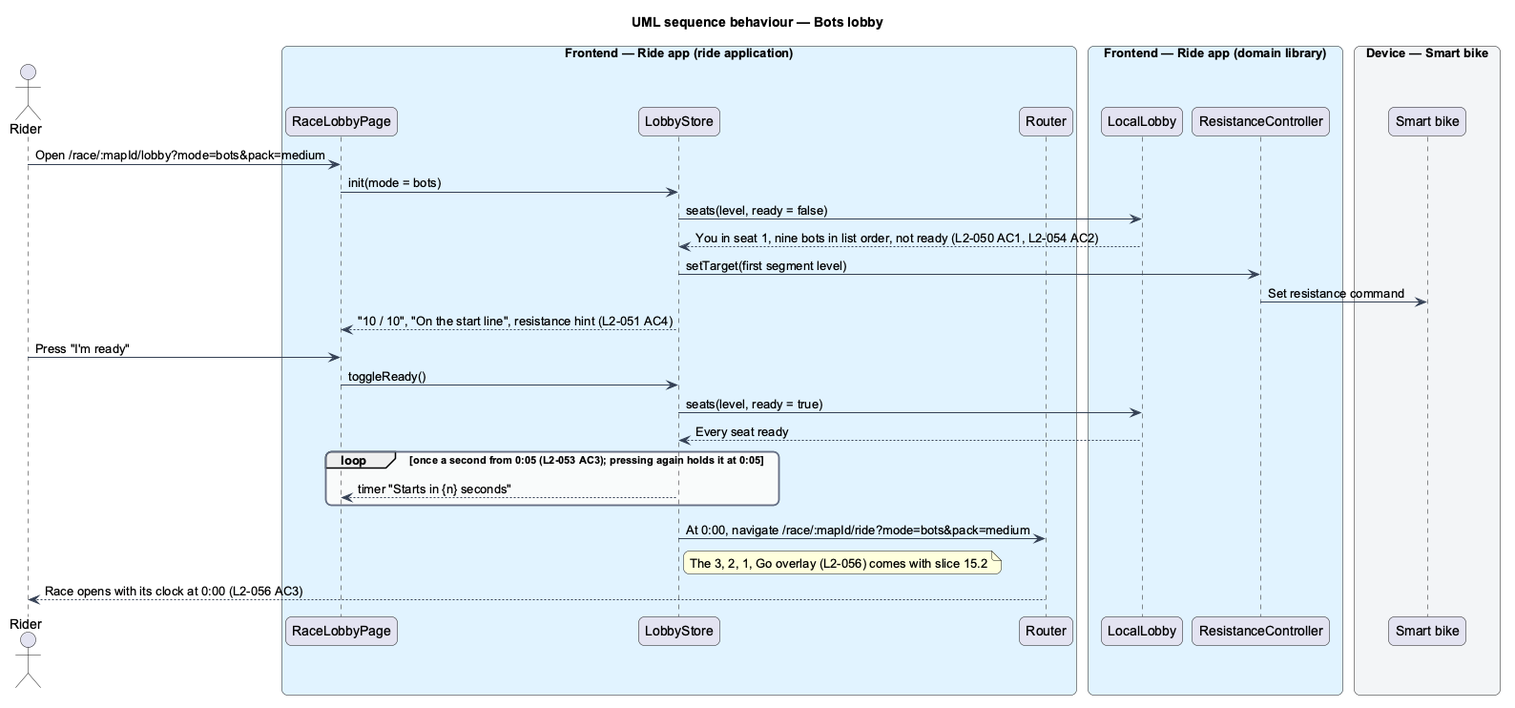
Before: docs/detailed-designs/race/wait-in-the-race-lobby/diagrams/sequence-bots-lobby.png, a diagram exported from PlantUML (QuinntyneBrown/wattzup).
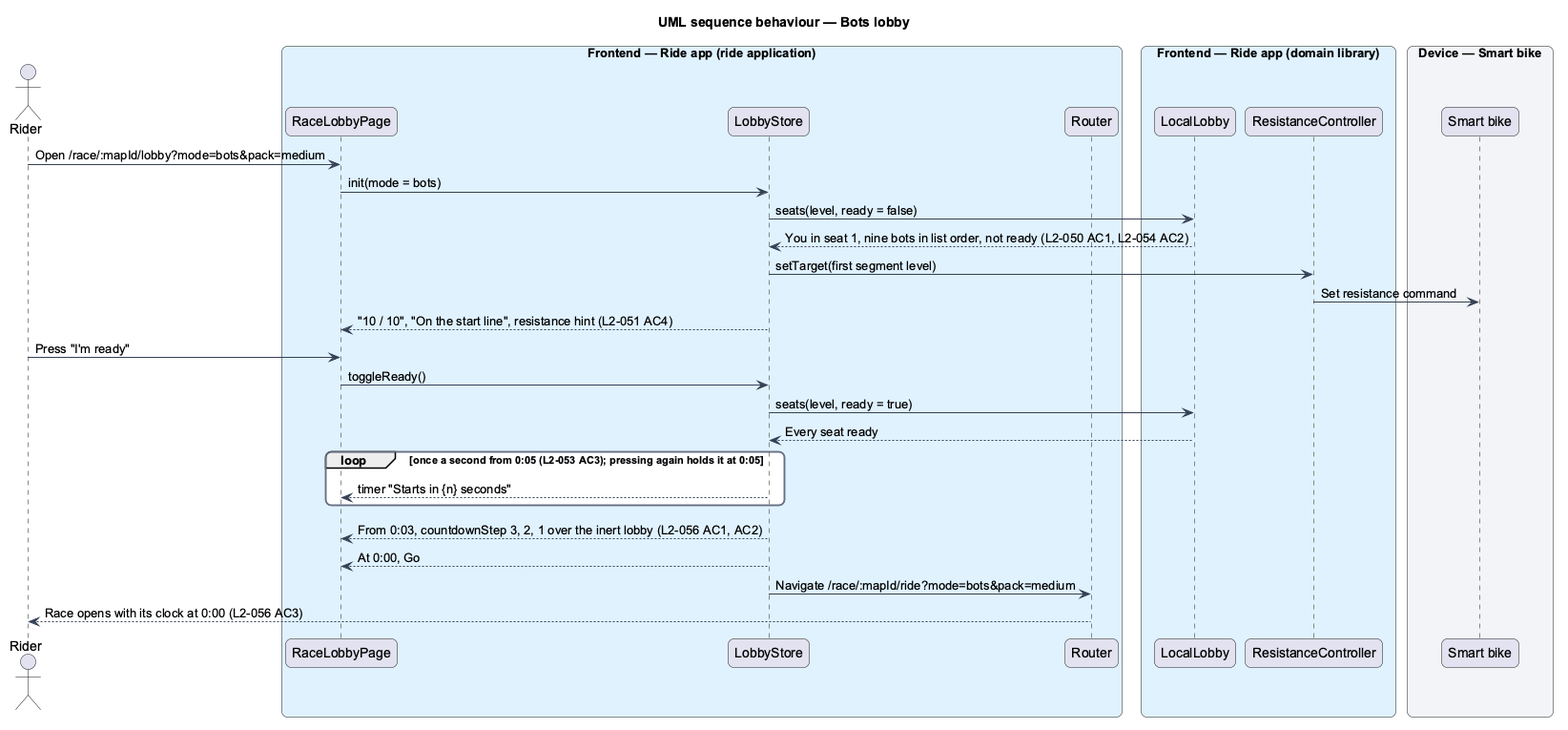
Above is the later version.

The edit, as a diff of the source:
```diff
@@ -41,7 +41,8 @@
 loop once a second from 0:05 (L2-053 AC3); pressing again holds it at 0:05
   store --> page : timer "Starts in {n} seconds"
 end
-store -> router : At 0:00, navigate /race/:mapId/ride?mode=bots&pack=medium
-note right of store : The 3, 2, 1, Go overlay (L2-056) comes with slice 15.2
+store --> page : From 0:03, countdownStep 3, 2, 1 over the inert lobby (L2-056 AC1, AC2)
+store --> page : At 0:00, Go
+store -> router : Navigate /race/:mapId/ride?mode=bots&pack=medium
 router --> actor : Race opens with its clock at 0:00 (L2-056 AC3)
 @enduml
```
